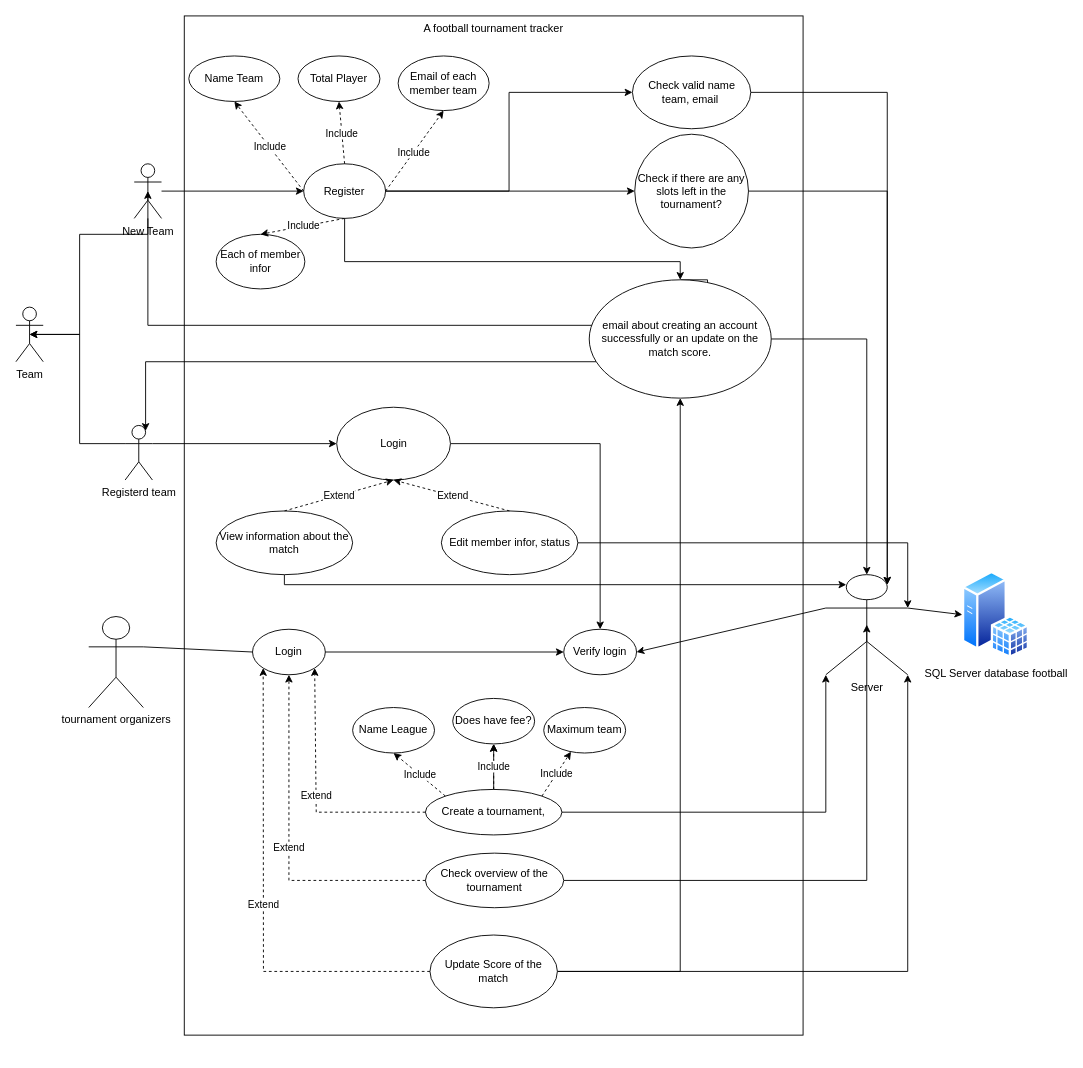
The draw.io diagram Do An/Báo cáo giữa kì/use case_test.drawio in LapTrinhMangProject/NT106.N22.Group10, before the edit. Source tidied: cells renumbered, new cells numbered last; positions are measured from the earlier drawing's top-left corner, leaving out a move shared by most shapes. Both pictures are drawn from the tidied source at 91%, with x=0, y=0 at pixel (15, 15).
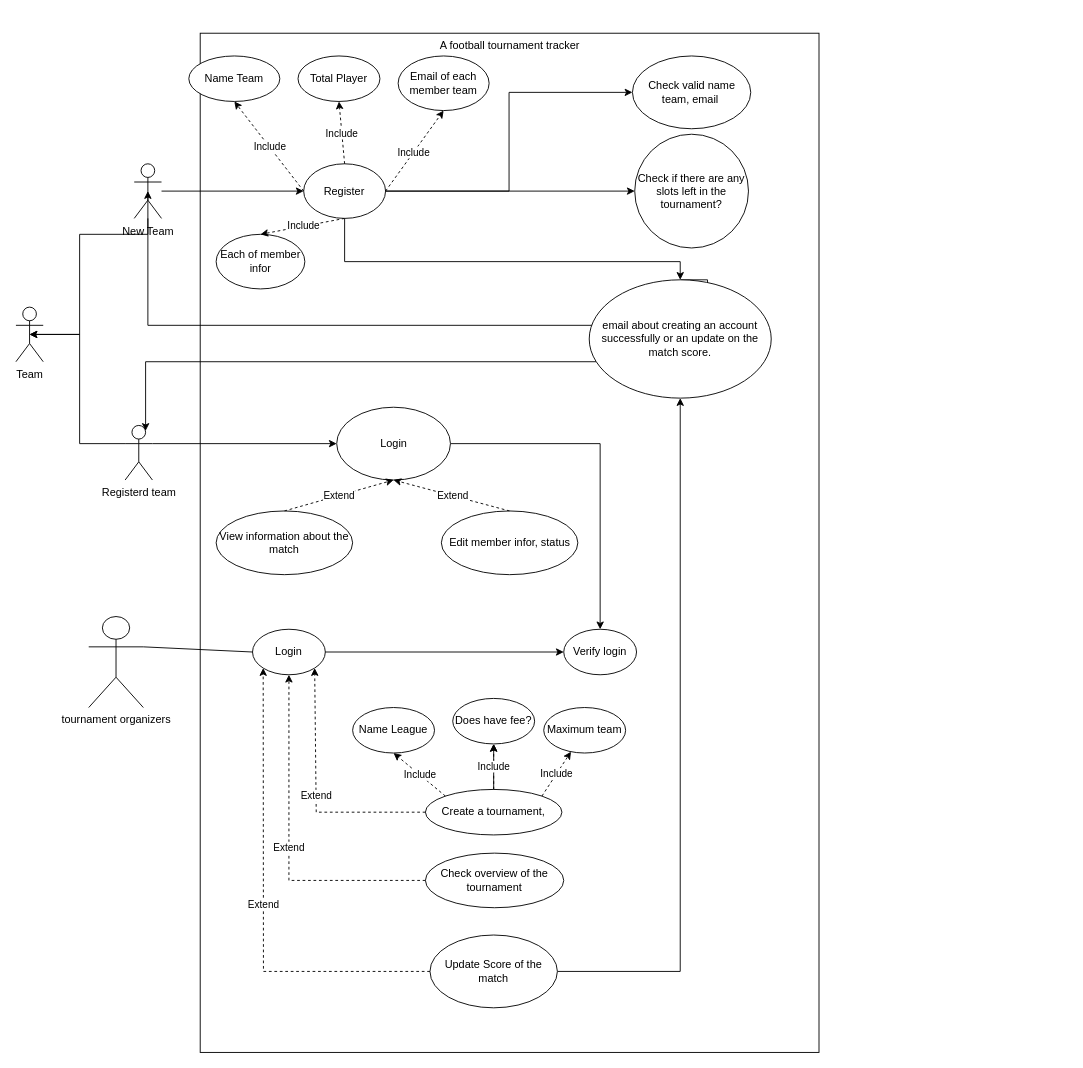
The same page after the edit.

Commit message (it also covers changes not shown here):
cập nhật use case , xóa server

Unchanged cells that the change refers to:
```xml
<mxCell id="6" value="Verify login" style="ellipse;whiteSpace=wrap;html=1;" parent="1" vertex="1">
  <mxGeometry x="602" y="674" width="80" height="50" as="geometry" />
</mxCell>
<mxCell id="14" value="Create a tournament," style="ellipse;whiteSpace=wrap;html=1;" parent="1" vertex="1">
  <mxGeometry x="450" y="850" width="150" height="50" as="geometry" />
</mxCell>
<mxCell id="17" value="Check overview of the tournament" style="ellipse;whiteSpace=wrap;html=1;" parent="1" vertex="1">
  <mxGeometry x="450" y="920" width="152" height="60" as="geometry" />
</mxCell>
<mxCell id="33" value="View information about the match" style="ellipse;whiteSpace=wrap;html=1;" parent="1" vertex="1">
  <mxGeometry x="220" y="544" width="150" height="70" as="geometry" />
</mxCell>
<mxCell id="36" value="Update Score of the match" style="ellipse;whiteSpace=wrap;html=1;" parent="1" vertex="1">
  <mxGeometry x="455" y="1010" width="140" height="80" as="geometry" />
</mxCell>
<mxCell id="41" value="email about creating an account successfully or an update on the match score." style="ellipse;whiteSpace=wrap;html=1;" parent="1" vertex="1">
  <mxGeometry x="630" y="290" width="200" height="130" as="geometry" />
</mxCell>
<mxCell id="43" value="Edit member infor, status" style="ellipse;whiteSpace=wrap;html=1;" parent="1" vertex="1">
  <mxGeometry x="467.5" y="544" width="150" height="70" as="geometry" />
</mxCell>
<mxCell id="60" value="Check valid name team, email&amp;nbsp;" style="ellipse;whiteSpace=wrap;html=1;" parent="1" vertex="1">
  <mxGeometry x="677.5" y="44" width="130" height="80" as="geometry" />
</mxCell>
<mxCell id="62" value="Check if there are any slots left in the tournament?" style="ellipse;whiteSpace=wrap;html=1;" parent="1" vertex="1">
  <mxGeometry x="680" y="130" width="125" height="125" as="geometry" />
</mxCell>
```

Diff of the diagram source:
```diff
@@
     <mxCell id="2" value="A football tournament tracker" style="rounded=0;whiteSpace=wrap;html=1;verticalAlign=top;" parent="1" vertex="1">
-      <mxGeometry x="185" width="680" height="1120" as="geometry" />
+      <mxGeometry x="202.5" y="19" width="680" height="1120" as="geometry" />
     </mxCell>
@@
-    <mxCell id="7" value="Server" style="shape=umlActor;verticalLabelPosition=bottom;verticalAlign=top;html=1;outlineConnect=0;" parent="1" vertex="1">
-      <mxGeometry x="890" y="614" width="90" height="110" as="geometry" />
-    </mxCell>
-    <mxCell id="8" value="SQL Server database football" style="image;perimeter=ellipsePerimeter;html=1;align=center;shadow=0;dashed=0;spacingTop=3;image=img/lib/active_directory/sql_server.svg;" parent="1" vertex="1">
-      <mxGeometry x="1040" y="610" width="73.9" height="96" as="geometry" />
-    </mxCell>
-    <mxCell id="9" style="endArrow=classic;html=1;rounded=0;exitX=1;exitY=0.3333333333333333;exitDx=0;exitDy=0;exitPerimeter=0;entryX=0;entryY=0.5;entryDx=0;entryDy=0;" parent="1" edge="1" source="7" target="8">
-      <mxGeometry relative="1" as="geometry" />
-    </mxCell>
-    <mxCell id="10" style="endArrow=classic;html=1;rounded=0;exitX=0;exitY=0.3333333333333333;exitDx=0;exitDy=0;exitPerimeter=0;entryX=1;entryY=0.5;entryDx=0;entryDy=0;" parent="1" edge="1" source="7" target="6">
-      <mxGeometry relative="1" as="geometry" />
-    </mxCell>
@@
-    <mxCell id="12" style="edgeStyle=orthogonalEdgeStyle;rounded=0;jettySize=auto;html=1;entryX=0;entryY=1;entryDx=0;entryDy=0;entryPerimeter=0;" parent="1" edge="1" source="14" target="7">
-      <mxGeometry relative="1" as="geometry" />
-    </mxCell>
@@
-    <mxCell id="16" style="edgeStyle=orthogonalEdgeStyle;rounded=0;jettySize=auto;html=1;entryX=0.5;entryY=0.5;entryDx=0;entryDy=0;entryPerimeter=0;" parent="1" edge="1" source="17" target="7">
-      <mxGeometry relative="1" as="geometry" />
-    </mxCell>
@@
-    <mxCell id="32" style="edgeStyle=orthogonalEdgeStyle;rounded=0;jettySize=auto;html=1;entryX=0.25;entryY=0.1;entryDx=0;entryDy=0;entryPerimeter=0;" parent="1" edge="1" source="33" target="7">
-      <mxGeometry relative="1" as="geometry">
-        <Array as="points">
-          <mxPoint x="295" y="625" />
-        </Array>
-      </mxGeometry>
-    </mxCell>
@@
-    <mxCell id="35" style="edgeStyle=orthogonalEdgeStyle;rounded=0;jettySize=auto;html=1;entryX=1;entryY=1;entryDx=0;entryDy=0;entryPerimeter=0;" parent="1" edge="1" source="36" target="7">
-      <mxGeometry relative="1" as="geometry" />
-    </mxCell>
@@
-    <mxCell id="37" style="edgeStyle=orthogonalEdgeStyle;rounded=0;jettySize=auto;html=1;" parent="1" edge="1" source="41" target="7">
-      <mxGeometry relative="1" as="geometry" />
-    </mxCell>
@@
-    <mxCell id="42" style="edgeStyle=orthogonalEdgeStyle;rounded=0;jettySize=auto;html=1;entryX=1;entryY=0.3333333333333333;entryDx=0;entryDy=0;entryPerimeter=0;" parent="1" edge="1" source="43" target="7">
-      <mxGeometry relative="1" as="geometry">
-        <Array as="points">
-          <mxPoint x="980" y="579" />
-        </Array>
-      </mxGeometry>
-    </mxCell>
@@
-    <mxCell id="59" style="edgeStyle=orthogonalEdgeStyle;rounded=0;jettySize=auto;html=1;entryX=0.75;entryY=0.1;entryDx=0;entryDy=0;entryPerimeter=0;" parent="1" edge="1" source="60" target="7">
-      <mxGeometry relative="1" as="geometry" />
-    </mxCell>
@@
-    <mxCell id="61" style="edgeStyle=orthogonalEdgeStyle;rounded=0;jettySize=auto;html=1;entryX=0.75;entryY=0.1;entryDx=0;entryDy=0;entryPerimeter=0;" parent="1" edge="1" source="62" target="7">
-      <mxGeometry relative="1" as="geometry" />
-    </mxCell>
```
